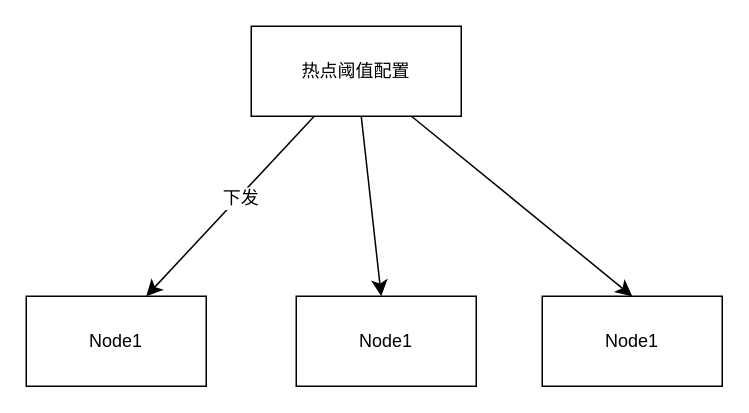
Before: 未命名绘图.drawio in codingWhat/drawio, a draw.io diagram. Source tidied: cells renumbered, new cells numbered last; positions are measured from the earlier drawing's top-left corner, leaving out a move shared by most shapes. Both pictures are drawn from the tidied source at 150%, with x=0, y=0 at pixel (26, 26).
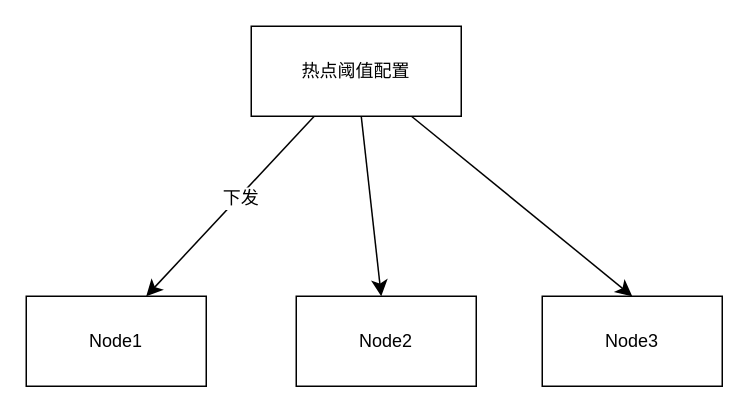
After the change.

Commit message (it also covers changes not shown here):
更新未命名绘图.drawio

The edit, as a diff of the source:
```diff
@@
 <mxGraphModel>
   <root>
     <mxCell id="0" />
     <mxCell id="1" parent="0" />
     <mxCell id="2" style="edgeStyle=none;curved=1;rounded=0;jettySize=auto;html=1;fontSize=12;startSize=8;endSize=8;" parent="1" edge="1" source="6">
       <mxGeometry relative="1" as="geometry">
         <mxPoint x="80" y="180" as="targetPoint" />
       </mxGeometry>
     </mxCell>
     <mxCell id="3" value="下发" style="edgeLabel;html=1;align=center;verticalAlign=middle;fontSize=12;" parent="2" vertex="1">
       <mxGeometry x="-0.1" y="1" relative="1" as="geometry" />
     </mxCell>
     <mxCell id="4" style="edgeStyle=none;curved=1;rounded=0;jettySize=auto;html=1;fontSize=12;startSize=8;endSize=8;" parent="1" edge="1" source="6" target="8">
       <mxGeometry relative="1" as="geometry" />
     </mxCell>
     <mxCell id="5" style="edgeStyle=none;curved=1;rounded=0;jettySize=auto;html=1;entryX=0.5;entryY=0;entryDx=0;entryDy=0;fontSize=12;startSize=8;endSize=8;" parent="1" edge="1" source="6" target="9">
       <mxGeometry relative="1" as="geometry" />
     </mxCell>
     <mxCell id="6" value="热点阈值配置" style="rounded=0;whiteSpace=wrap;html=1;" parent="1" vertex="1">
       <mxGeometry x="150" width="140" height="60" as="geometry" />
     </mxCell>
     <mxCell id="7" value="Node1" style="rounded=0;whiteSpace=wrap;html=1;" parent="1" vertex="1">
       <mxGeometry y="180" width="120" height="60" as="geometry" />
     </mxCell>
-    <mxCell id="8" value="Node1" style="rounded=0;whiteSpace=wrap;html=1;" parent="1" vertex="1">
+    <mxCell id="8" value="Node2" style="rounded=0;whiteSpace=wrap;html=1;" parent="1" vertex="1">
       <mxGeometry x="180" y="180" width="120" height="60" as="geometry" />
     </mxCell>
-    <mxCell id="9" value="Node1" style="rounded=0;whiteSpace=wrap;html=1;" parent="1" vertex="1">
+    <mxCell id="9" value="Node3" style="rounded=0;whiteSpace=wrap;html=1;" parent="1" vertex="1">
       <mxGeometry x="344" y="180" width="120" height="60" as="geometry" />
     </mxCell>
   </root>
 </mxGraphModel>
```
